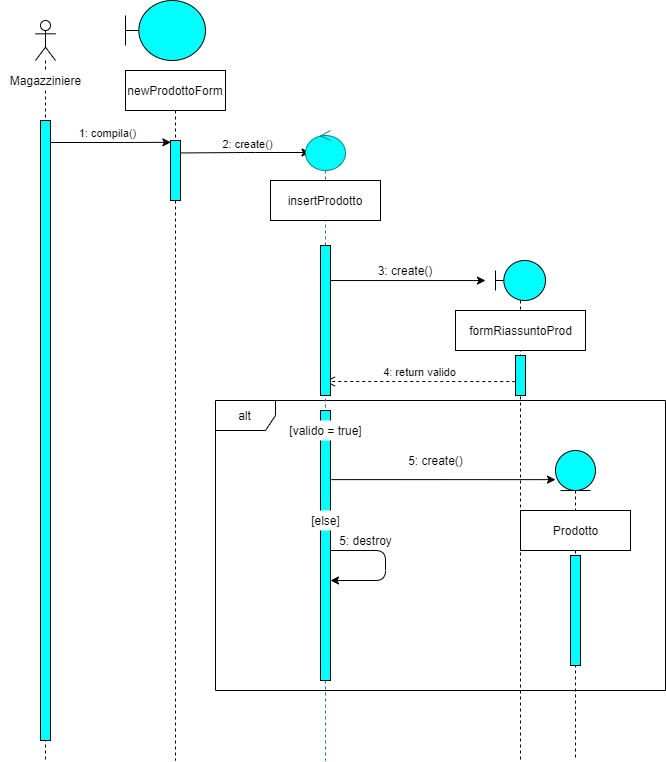
This is documentazioneRAD/Object&SequenceDiagram/SD_6.png from Ciro-Fusco/NewDM, a draw.io export, as it was before one commit. Source tidied: cells renumbered, new cells last; positions are measured from the earlier drawing's top-left corner, leaving out a move shared by most shapes.
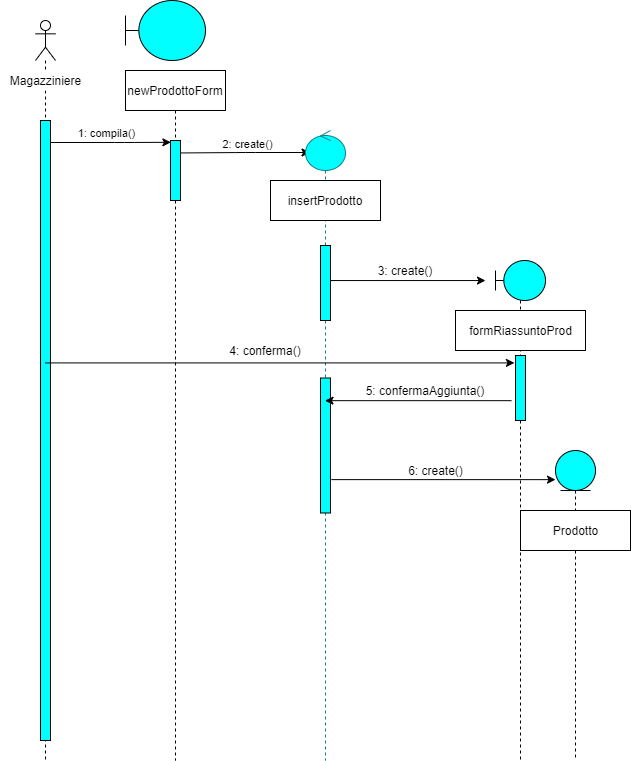
Later version of the same file.

Change to the diagram source:
```diff
@@ -2,9 +2,6 @@
   <root>
     <mxCell id="0" />
     <mxCell id="1" parent="0" />
-    <mxCell id="2" value="alt" style="shape=umlFrame;whiteSpace=wrap;html=1;fillColor=#FFFFFF;" parent="1" vertex="1">
-      <mxGeometry x="215" y="400" width="450" height="290" as="geometry" />
-    </mxCell>
     <mxCell id="3" value="newProdottoForm" style="shape=umlLifeline;perimeter=lifelinePerimeter;rounded=0;shadow=0;strokeWidth=1;fillColor=#FFFFFF;" parent="1" vertex="1">
       <mxGeometry x="125" y="70" width="100" height="690" as="geometry" />
     </mxCell>
@@ -35,31 +32,18 @@
     <mxCell id="8" style="shape=umlLifeline;participant=umlEntity;perimeter=lifelinePerimeter;whiteSpace=wrap;html=1;verticalAlign=top;spacingTop=36;outlineConnect=0;fillColor=#00FFFF;" parent="1" vertex="1">
       <mxGeometry x="555" y="450" width="40" height="310" as="geometry" />
     </mxCell>
-    <mxCell id="9" style="html=1;perimeter=orthogonalPerimeter;fillColor=#00FFFF;" parent="8" vertex="1">
-      <mxGeometry x="15" y="105" width="10" height="110" as="geometry" />
-    </mxCell>
     <mxCell id="10" style="shape=umlLifeline;participant=umlBoundary;perimeter=lifelinePerimeter;whiteSpace=wrap;html=1;verticalAlign=top;spacingTop=36;fillColor=#00FFFF;" parent="1" vertex="1">
       <mxGeometry x="495" y="260" width="50" height="500" as="geometry" />
     </mxCell>
     <mxCell id="11" style="html=1;points=[];perimeter=orthogonalPerimeter;fillColor=#00FFFF;" parent="10" vertex="1">
-      <mxGeometry x="20" y="95" width="10" height="40" as="geometry" />
+      <mxGeometry x="20" y="95" width="10" height="65" as="geometry" />
     </mxCell>
     <mxCell id="12" value="formRiassuntoProd" style="html=1;fillColor=#FFFFFF;" parent="1" vertex="1">
       <mxGeometry x="455" y="310" width="130" height="40" as="geometry" />
     </mxCell>
-    <mxCell id="13" value="4: return valido" style="html=1;verticalAlign=bottom;endArrow=open;dashed=1;endSize=8;fillColor=#00FFFF;exitX=-0.025;exitY=0.652;exitDx=0;exitDy=0;exitPerimeter=0;" parent="1" edge="1" source="11" target="24">
-      <mxGeometry relative="1" as="geometry">
-        <Array as="points">
-          <mxPoint x="435" y="381" />
-        </Array>
-      </mxGeometry>
-    </mxCell>
     <mxCell id="14" value="Prodotto" style="html=1;fillColor=#FFFFFF;" parent="1" vertex="1">
       <mxGeometry x="520" y="510" width="110" height="40" as="geometry" />
     </mxCell>
-    <mxCell id="15" value="5: destroy" style="text;html=1;align=center;verticalAlign=middle;" parent="1" vertex="1">
-      <mxGeometry x="330" y="530" width="70" height="20" as="geometry" />
-    </mxCell>
     <mxCell id="16" style="shape=umlLifeline;participant=umlActor;perimeter=lifelinePerimeter;whiteSpace=wrap;html=1;verticalAlign=top;spacingTop=36;outlineConnect=0;fillColor=#FFFFFF;" parent="1" vertex="1">
       <mxGeometry x="35" y="20" width="20" height="740" as="geometry" />
     </mxCell>
@@ -77,37 +61,37 @@
         <mxPoint x="485" y="280" as="targetPoint" />
       </mxGeometry>
     </mxCell>
-    <mxCell id="21" value="5: create()" style="text;html=1;align=center;verticalAlign=middle;" parent="1" vertex="1">
-      <mxGeometry x="400" y="450" width="70" height="20" as="geometry" />
+    <mxCell id="21" value="6: create()" style="text;html=1;align=center;verticalAlign=middle;" parent="1" vertex="1">
+      <mxGeometry x="400" y="460" width="70" height="20" as="geometry" />
     </mxCell>
-    <mxCell id="22" style="endArrow=classic;html=1;fillColor=#00FFFF;entryX=0;entryY=0.094;entryDx=0;entryDy=0;entryPerimeter=0;exitX=1.087;exitY=0.256;exitDx=0;exitDy=0;exitPerimeter=0;" parent="1" edge="1" source="26" target="8">
-      <mxGeometry relative="1" as="geometry" />
+    <mxCell id="22" style="endArrow=classic;html=1;fillColor=#00FFFF;entryX=0;entryY=0.094;entryDx=0;entryDy=0;entryPerimeter=0;exitX=1.087;exitY=0.256;exitDx=0;exitDy=0;exitPerimeter=0;" parent="1" edge="1" target="8">
+      <mxGeometry relative="1" as="geometry">
+        <mxPoint x="330.9" y="479.1" as="sourcePoint" />
+      </mxGeometry>
     </mxCell>
-    <mxCell id="23" style="endArrow=classic;html=1;fillColor=#00FFFF;" parent="1" edge="1" source="26" target="26">
-      <mxGeometry relative="1" as="geometry">
-        <Array as="points">
-          <mxPoint x="385" y="550" />
-          <mxPoint x="385" y="580" />
-        </Array>
-      </mxGeometry>
-    </mxCell>
     <mxCell id="24" style="shape=umlLifeline;participant=umlControl;perimeter=lifelinePerimeter;whiteSpace=wrap;html=1;verticalAlign=top;spacingTop=36;outlineConnect=0;strokeColor=#0e8088;fillColor=#00FFFF;" parent="1" vertex="1">
       <mxGeometry x="305" y="130" width="40" height="630" as="geometry" />
     </mxCell>
     <mxCell id="25" style="perimeter=orthogonalPerimeter;rounded=0;shadow=0;strokeWidth=1;fillColor=#00FFFF;" parent="24" vertex="1">
-      <mxGeometry x="15" y="115" width="10" height="150" as="geometry" />
+      <mxGeometry x="15" y="115" width="10" height="75" as="geometry" />
     </mxCell>
-    <mxCell id="26" style="html=1;points=[];perimeter=orthogonalPerimeter;fillColor=#00FFFF;" parent="1" vertex="1">
-      <mxGeometry x="320" y="410" width="10" height="270" as="geometry" />
-    </mxCell>
-    <mxCell id="27" value="[valido = true]" style="text;html=1;strokeColor=none;align=center;verticalAlign=middle;whiteSpace=wrap;rounded=0;fillColor=#ffffff;" parent="1" vertex="1">
-      <mxGeometry x="282.5" y="420" width="85" height="20" as="geometry" />
-    </mxCell>
-    <mxCell id="28" value="[else]" style="text;html=1;align=center;verticalAlign=middle;fillColor=#FFFFFF;" parent="1" vertex="1">
-      <mxGeometry x="305" y="510" width="40" height="20" as="geometry" />
-    </mxCell>
+    <mxCell id="30" style="perimeter=orthogonalPerimeter;rounded=0;shadow=0;strokeWidth=1;fillColor=#00FFFF;" parent="24" vertex="1">
+      <mxGeometry x="15" y="247.5" width="10" height="135" as="geometry" />
+    </mxCell>
     <mxCell id="29" value="insertProdotto" style="rounded=0;whiteSpace=wrap;html=1;align=center;fillColor=#FFFFFF;" parent="1" vertex="1">
       <mxGeometry x="270" y="180" width="110" height="40" as="geometry" />
     </mxCell>
+    <mxCell id="31" style="endArrow=classic;html=1;entryX=-0.107;entryY=0.114;entryDx=0;entryDy=0;entryPerimeter=0;" parent="1" edge="1" source="16" target="11">
+      <mxGeometry relative="1" as="geometry" />
+    </mxCell>
+    <mxCell id="32" value="4: conferma()" style="text;html=1;strokeColor=none;fillColor=none;align=center;verticalAlign=middle;whiteSpace=wrap;rounded=0;" parent="1" vertex="1">
+      <mxGeometry x="205" y="340" width="120" height="20" as="geometry" />
+    </mxCell>
+    <mxCell id="13" style="endArrow=classic;html=1;exitX=-0.403;exitY=0.695;exitDx=0;exitDy=0;exitPerimeter=0;" parent="1" edge="1" source="11" target="24">
+      <mxGeometry relative="1" as="geometry" />
+    </mxCell>
+    <mxCell id="33" value="5: confermaAggiunta()" style="text;html=1;strokeColor=none;fillColor=none;align=center;verticalAlign=middle;whiteSpace=wrap;rounded=0;" parent="1" vertex="1">
+      <mxGeometry x="355" y="380" width="140" height="20" as="geometry" />
+    </mxCell>
   </root>
 </mxGraphModel>
```
